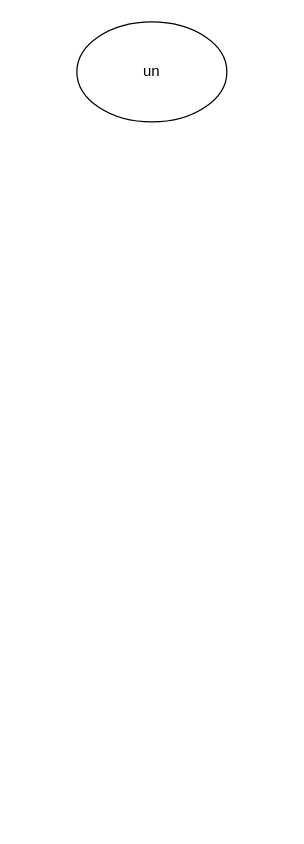
Before: Unit 1 exercise 4.drawio in dskleoshrw/get, a draw.io diagram. Source tidied: cells renumbered, new cells numbered last; positions are measured from the earlier drawing's top-left corner, leaving out a move shared by most shapes. Both pictures are drawn from the tidied source at 125%, with x=0, y=0 at pixel (76, 21).
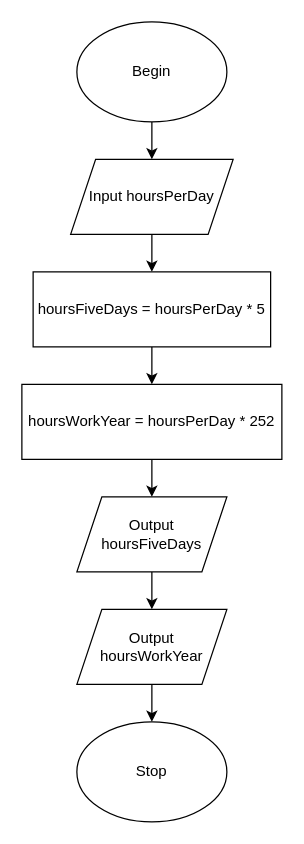
The same diagram, later.

Commit message:
Update Unit 1 exercise 5.drawio

What changed in the source:
```diff
@@
 <mxGraphModel>
   <root>
     <mxCell id="0" />
     <mxCell id="1" parent="0" />
+    <mxCell id="3" style="edgeStyle=orthogonalEdgeStyle;rounded=0;jettySize=auto;html=1;" parent="1" edge="1" source="2" target="5">
+      <mxGeometry relative="1" as="geometry" />
+    </mxCell>
-    <mxCell id="2" value="un" style="ellipse;whiteSpace=wrap;html=1;" parent="1" vertex="1">
+    <mxCell id="2" value="Begin" style="ellipse;whiteSpace=wrap;html=1;" parent="1" vertex="1">
       <mxGeometry width="120" height="80" as="geometry" />
     </mxCell>
+    <mxCell id="4" style="edgeStyle=orthogonalEdgeStyle;rounded=0;jettySize=auto;html=1;" parent="1" edge="1" source="5" target="7">
+      <mxGeometry relative="1" as="geometry" />
+    </mxCell>
+    <mxCell id="5" value="Input hoursPerDay" style="shape=parallelogram;perimeter=parallelogramPerimeter;whiteSpace=wrap;html=1;fixedSize=1;" parent="1" vertex="1">
+      <mxGeometry x="-5" y="110" width="130" height="60" as="geometry" />
+    </mxCell>
+    <mxCell id="6" style="edgeStyle=orthogonalEdgeStyle;rounded=0;jettySize=auto;html=1;" parent="1" edge="1" source="7" target="9">
+      <mxGeometry relative="1" as="geometry" />
+    </mxCell>
+    <mxCell id="7" value="hoursFiveDays = hoursPerDay * 5" style="whiteSpace=wrap;html=1;" parent="1" vertex="1">
+      <mxGeometry x="-35" y="200" width="190" height="60" as="geometry" />
+    </mxCell>
+    <mxCell id="8" style="edgeStyle=orthogonalEdgeStyle;rounded=0;jettySize=auto;html=1;" parent="1" edge="1" source="9" target="11">
+      <mxGeometry relative="1" as="geometry" />
+    </mxCell>
+    <mxCell id="9" value="hoursWorkYear = hoursPerDay * 252" style="whiteSpace=wrap;html=1;" parent="1" vertex="1">
+      <mxGeometry x="-44" y="290" width="208" height="60" as="geometry" />
+    </mxCell>
+    <mxCell id="10" style="edgeStyle=orthogonalEdgeStyle;rounded=0;jettySize=auto;html=1;" parent="1" edge="1" source="11" target="13">
+      <mxGeometry relative="1" as="geometry" />
+    </mxCell>
+    <mxCell id="11" value="Output hoursFiveDays" style="shape=parallelogram;perimeter=parallelogramPerimeter;whiteSpace=wrap;html=1;fixedSize=1;" parent="1" vertex="1">
+      <mxGeometry y="380" width="120" height="60" as="geometry" />
+    </mxCell>
+    <mxCell id="12" style="edgeStyle=orthogonalEdgeStyle;rounded=0;jettySize=auto;html=1;" parent="1" edge="1" source="13" target="14">
+      <mxGeometry relative="1" as="geometry" />
+    </mxCell>
+    <mxCell id="13" value="Output hoursWorkYear" style="shape=parallelogram;perimeter=parallelogramPerimeter;whiteSpace=wrap;html=1;fixedSize=1;" parent="1" vertex="1">
+      <mxGeometry y="470" width="120" height="60" as="geometry" />
+    </mxCell>
+    <mxCell id="14" value="Stop" style="ellipse;whiteSpace=wrap;html=1;" parent="1" vertex="1">
+      <mxGeometry y="560" width="120" height="80" as="geometry" />
+    </mxCell>
   </root>
 </mxGraphModel>
```
